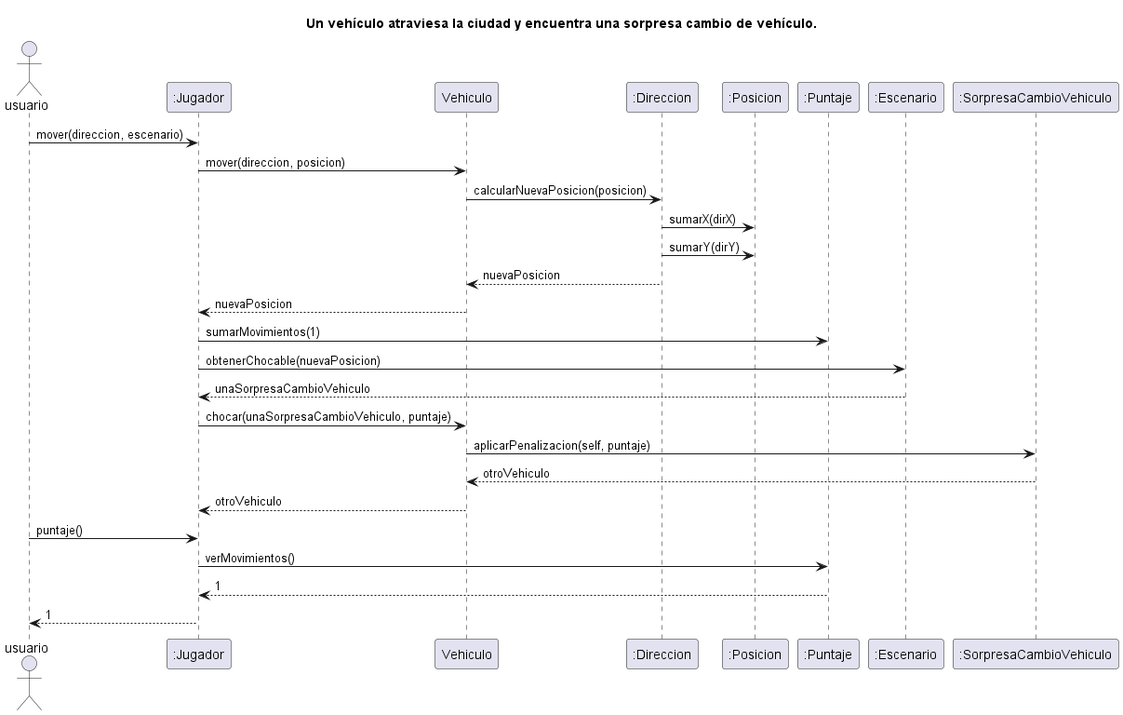
The PlantUML diagram diagrams/sequences/vehiculo_choca_sorpresa_cambio_vehiculo.png in NestorPala/T17-GPSChallenge, before a commit. Its source is kept beside it as diagrams/sequences/vehiculo_choca_sorpresa_cambio_vehiculo.puml.
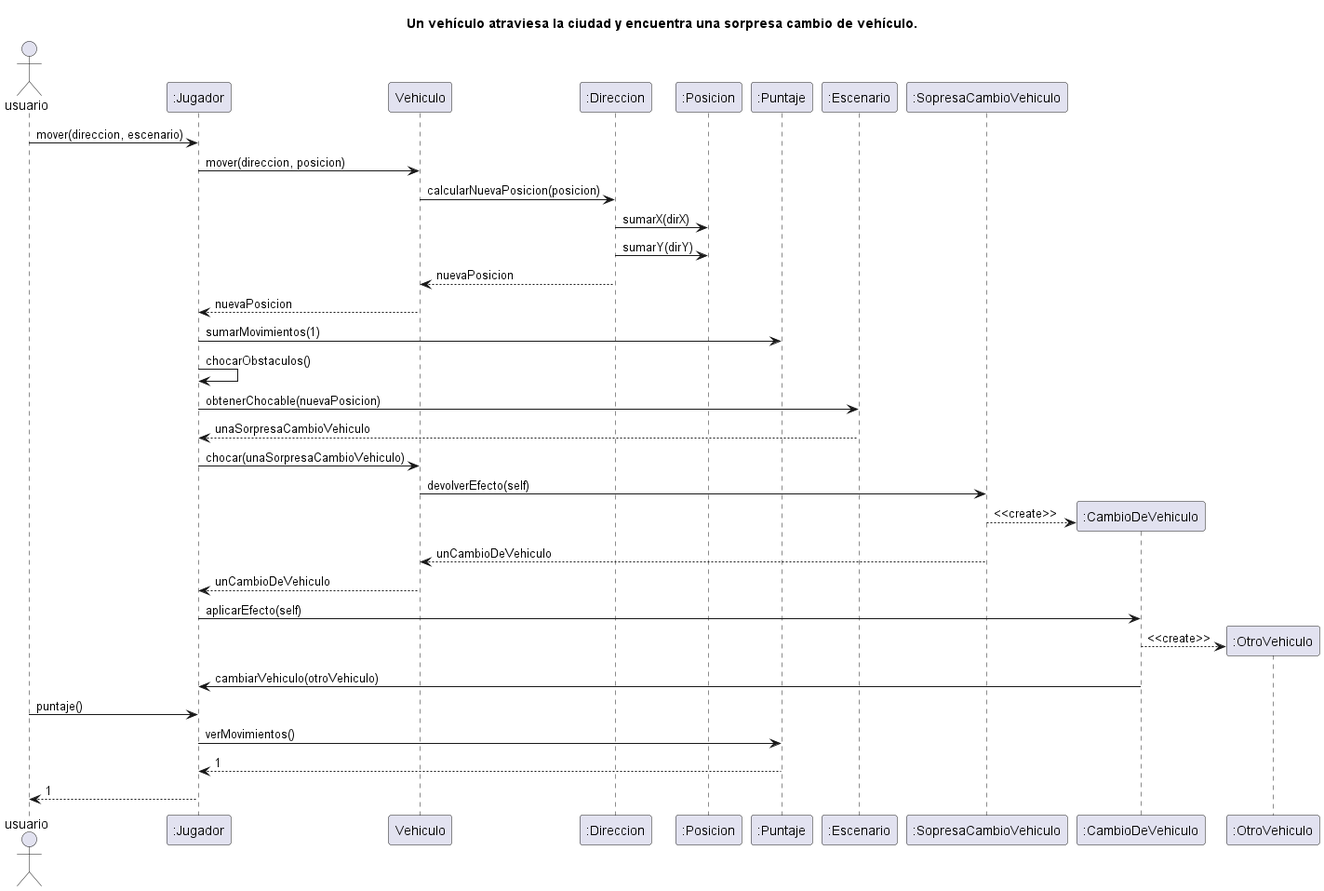
After the commit.

What changed in the source:
```diff
@@ -10,12 +10,19 @@
 ":Direccion" --> "Vehiculo": nuevaPosicion
 "Vehiculo" --> ":Jugador": nuevaPosicion
 ":Jugador" -> ":Puntaje": sumarMovimientos(1)
+":Jugador" -> ":Jugador": chocarObstaculos()
 ":Jugador" -> ":Escenario": obtenerChocable(nuevaPosicion)
 ":Escenario" --> ":Jugador": unaSorpresaCambioVehiculo
-":Jugador" -> "Vehiculo": chocar(unaSorpresaCambioVehiculo, puntaje)
-"Vehiculo" -> ":SorpresaCambioVehiculo": aplicarPenalizacion(self, puntaje)
-":SorpresaCambioVehiculo" --> "Vehiculo" : otroVehiculo
-"Vehiculo" --> ":Jugador" : otroVehiculo
+":Jugador" -> "Vehiculo": chocar(unaSorpresaCambioVehiculo)
+"Vehiculo" -> ":SopresaCambioVehiculo": devolverEfecto(self)
+create ":CambioDeVehiculo"
+":SopresaCambioVehiculo" --> ":CambioDeVehiculo": <<create>>
+":SopresaCambioVehiculo" --> "Vehiculo" : unCambioDeVehiculo
+"Vehiculo" --> ":Jugador" : unCambioDeVehiculo
+":Jugador" -> ":CambioDeVehiculo" : aplicarEfecto(self)
+create ":OtroVehiculo"
+":CambioDeVehiculo" --> ":OtroVehiculo": <<create>>
+":CambioDeVehiculo" -> ":Jugador" : cambiarVehiculo(otroVehiculo)
 
 "usuario" -> ":Jugador": puntaje()
 ":Jugador" -> ":Puntaje": verMovimientos()
```
